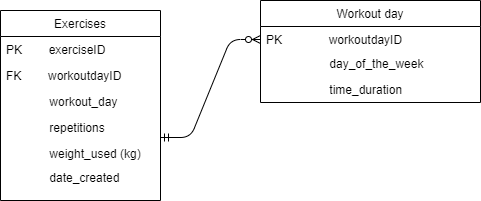
Before: ERD new Diagram.png, a diagram exported from draw.io (Armanhafiz4/Fundamental-project). Source tidied: cells renumbered, new cells last; positions are measured from the earlier drawing's top-left corner, leaving out a move shared by most shapes.
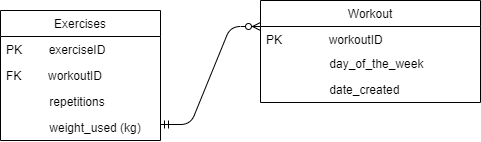
Above is the later version.

What changed in the source:
```diff
@@ -3,42 +3,36 @@
     <mxCell id="0" />
     <mxCell id="1" parent="0" />
     <mxCell id="2" value="Exercises" style="swimlane;fontStyle=0;align=center;verticalAlign=top;horizontal=1;startSize=26;rounded=0;shadow=0;strokeWidth=1;" parent="1" vertex="1">
-      <mxGeometry y="10" width="160" height="190" as="geometry" />
+      <mxGeometry y="10" width="160" height="130" as="geometry" />
     </mxCell>
     <mxCell id="3" value="PK        exerciseID" style="text;align=left;verticalAlign=top;spacingLeft=4;spacingRight=4;overflow=hidden;" parent="2" vertex="1">
       <mxGeometry y="26" width="160" height="26" as="geometry" />
     </mxCell>
-    <mxCell id="4" value="FK        workoutdayID" style="text;align=left;verticalAlign=top;spacingLeft=4;spacingRight=4;overflow=hidden;rounded=0;shadow=0;html=0;" parent="2" vertex="1">
+    <mxCell id="4" value="FK        workoutID" style="text;align=left;verticalAlign=top;spacingLeft=4;spacingRight=4;overflow=hidden;rounded=0;shadow=0;html=0;" parent="2" vertex="1">
       <mxGeometry y="52" width="160" height="26" as="geometry" />
     </mxCell>
-    <mxCell id="5" value="             workout_day" style="text;align=left;verticalAlign=top;spacingLeft=4;spacingRight=4;overflow=hidden;rounded=0;shadow=0;html=0;" parent="2" vertex="1">
-      <mxGeometry y="78" width="160" height="26" as="geometry" />
-    </mxCell>
     <mxCell id="6" value="             repetitions" style="text;align=left;verticalAlign=top;spacingLeft=4;spacingRight=4;overflow=hidden;rounded=0;shadow=0;html=0;" parent="2" vertex="1">
-      <mxGeometry y="104" width="160" height="26" as="geometry" />
+      <mxGeometry y="78" width="160" height="26" as="geometry" />
     </mxCell>
     <mxCell id="7" value="             weight_used (kg)" style="text;align=left;verticalAlign=top;spacingLeft=4;spacingRight=4;overflow=hidden;rounded=0;shadow=0;html=0;" parent="2" vertex="1">
-      <mxGeometry y="130" width="160" height="24" as="geometry" />
+      <mxGeometry y="104" width="160" height="24" as="geometry" />
     </mxCell>
-    <mxCell id="8" value="             date_created" style="text;align=left;verticalAlign=top;spacingLeft=4;spacingRight=4;overflow=hidden;rounded=0;shadow=0;html=0;" parent="2" vertex="1">
-      <mxGeometry y="154" width="160" height="26" as="geometry" />
-    </mxCell>
-    <mxCell id="9" value="Workout day" style="swimlane;fontStyle=0;align=center;verticalAlign=top;horizontal=1;startSize=26;rounded=0;shadow=0;strokeWidth=1;" parent="1" vertex="1">
+    <mxCell id="9" value="Workout" style="swimlane;fontStyle=0;align=center;verticalAlign=top;horizontal=1;startSize=26;rounded=0;shadow=0;strokeWidth=1;" parent="1" vertex="1">
       <mxGeometry x="260" width="220" height="102" as="geometry" />
     </mxCell>
-    <mxCell id="10" value="PK              workoutdayID" style="text;align=left;verticalAlign=top;spacingLeft=4;spacingRight=4;overflow=hidden;" parent="9" vertex="1">
+    <mxCell id="10" value="PK              workoutID" style="text;align=left;verticalAlign=top;spacingLeft=4;spacingRight=4;overflow=hidden;" parent="9" vertex="1">
       <mxGeometry y="26" width="220" height="24" as="geometry" />
     </mxCell>
     <mxCell id="11" value="                   day_of_the_week" style="text;align=left;verticalAlign=top;spacingLeft=4;spacingRight=4;overflow=hidden;" parent="9" vertex="1">
       <mxGeometry y="50" width="220" height="26" as="geometry" />
     </mxCell>
-    <mxCell id="12" value="                   time_duration" style="text;align=left;verticalAlign=top;spacingLeft=4;spacingRight=4;overflow=hidden;" parent="9" vertex="1">
+    <mxCell id="12" value="                   date_created" style="text;align=left;verticalAlign=top;spacingLeft=4;spacingRight=4;overflow=hidden;" parent="9" vertex="1">
       <mxGeometry y="76" width="220" height="26" as="geometry" />
     </mxCell>
     <mxCell id="13" style="edgeStyle=entityRelationEdgeStyle;fontSize=12;html=1;endArrow=ERzeroToMany;startArrow=ERmandOne;" parent="1" edge="1">
       <mxGeometry relative="1" as="geometry">
-        <mxPoint x="160" y="137" as="sourcePoint" />
-        <mxPoint x="260" y="39" as="targetPoint" />
+        <mxPoint x="160" y="124" as="sourcePoint" />
+        <mxPoint x="260" y="26" as="targetPoint" />
       </mxGeometry>
     </mxCell>
   </root>
```
